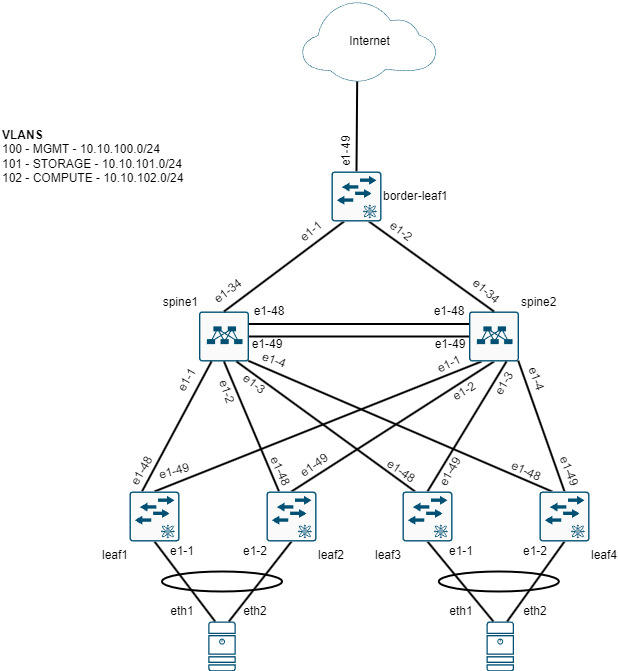
Tommy-Lightning/containerlab keeps this draw.io diagram as images/phys_topology.png. Above is the earlier version. Source tidied: cells renumbered, new cells last; positions are measured from the earlier drawing's top-left corner, leaving out a move shared by most shapes.
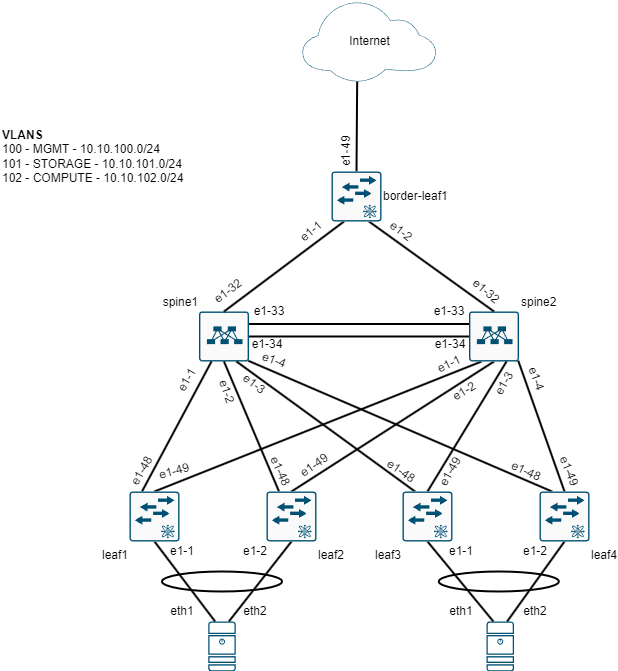
Above is the later version.

The edit, as a diff of the source:
```diff
@@ -164,22 +164,22 @@
     <mxCell id="55" value="e1-2" style="text;html=1;strokeColor=none;fillColor=none;align=center;verticalAlign=middle;whiteSpace=wrap;rounded=0;rotation=-31;" parent="1" vertex="1">
       <mxGeometry x="444" y="380" width="40" height="20" as="geometry" />
     </mxCell>
-    <mxCell id="56" value="e1-48" style="text;html=1;strokeColor=none;fillColor=none;align=center;verticalAlign=middle;whiteSpace=wrap;rounded=0;rotation=0;" parent="1" vertex="1">
+    <mxCell id="56" value="e1-33" style="text;html=1;strokeColor=none;fillColor=none;align=center;verticalAlign=middle;whiteSpace=wrap;rounded=0;rotation=0;" parent="1" vertex="1">
       <mxGeometry x="248.5" y="300" width="40" height="20" as="geometry" />
     </mxCell>
-    <mxCell id="57" value="e1-48" style="text;html=1;strokeColor=none;fillColor=none;align=center;verticalAlign=middle;whiteSpace=wrap;rounded=0;rotation=0;" parent="1" vertex="1">
+    <mxCell id="57" value="e1-33" style="text;html=1;strokeColor=none;fillColor=none;align=center;verticalAlign=middle;whiteSpace=wrap;rounded=0;rotation=0;" parent="1" vertex="1">
       <mxGeometry x="428.5" y="300" width="40" height="20" as="geometry" />
     </mxCell>
-    <mxCell id="58" value="e1-49" style="text;html=1;strokeColor=none;fillColor=none;align=center;verticalAlign=middle;whiteSpace=wrap;rounded=0;rotation=0;" parent="1" vertex="1">
+    <mxCell id="58" value="e1-34" style="text;html=1;strokeColor=none;fillColor=none;align=center;verticalAlign=middle;whiteSpace=wrap;rounded=0;rotation=0;" parent="1" vertex="1">
       <mxGeometry x="246.5" y="333" width="40" height="20" as="geometry" />
     </mxCell>
-    <mxCell id="59" value="e1-49" style="text;html=1;strokeColor=none;fillColor=none;align=center;verticalAlign=middle;whiteSpace=wrap;rounded=0;rotation=0;" parent="1" vertex="1">
+    <mxCell id="59" value="e1-34" style="text;html=1;strokeColor=none;fillColor=none;align=center;verticalAlign=middle;whiteSpace=wrap;rounded=0;rotation=0;" parent="1" vertex="1">
       <mxGeometry x="430.3" y="333" width="40" height="20" as="geometry" />
     </mxCell>
-    <mxCell id="60" value="e1-34" style="text;html=1;strokeColor=none;fillColor=none;align=center;verticalAlign=middle;whiteSpace=wrap;rounded=0;rotation=-37;" parent="1" vertex="1">
+    <mxCell id="60" value="e1-32" style="text;html=1;strokeColor=none;fillColor=none;align=center;verticalAlign=middle;whiteSpace=wrap;rounded=0;rotation=-37;" parent="1" vertex="1">
       <mxGeometry x="207.8" y="280" width="40" height="20" as="geometry" />
     </mxCell>
-    <mxCell id="61" value="e1-34" style="text;html=1;strokeColor=none;fillColor=none;align=center;verticalAlign=middle;whiteSpace=wrap;rounded=0;rotation=40;" parent="1" vertex="1">
+    <mxCell id="61" value="e1-32" style="text;html=1;strokeColor=none;fillColor=none;align=center;verticalAlign=middle;whiteSpace=wrap;rounded=0;rotation=40;" parent="1" vertex="1">
       <mxGeometry x="466" y="280" width="40" height="20" as="geometry" />
     </mxCell>
     <mxCell id="62" value="e1-1" style="text;html=1;strokeColor=none;fillColor=none;align=center;verticalAlign=middle;whiteSpace=wrap;rounded=0;rotation=-40;" parent="1" vertex="1">
```
